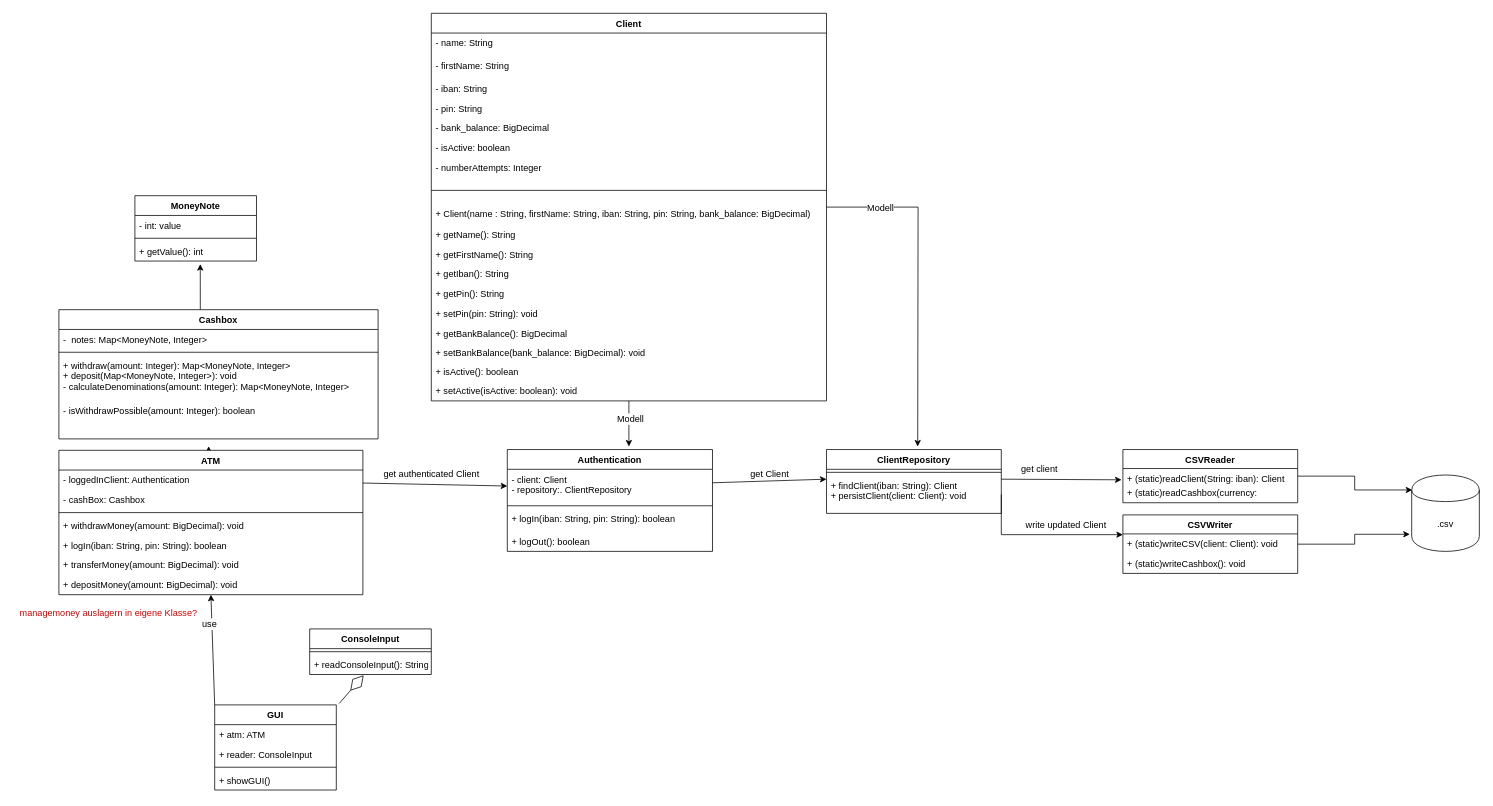
The draw.io diagram Bankautomat Java Projekt/Dokumentation/Bankautomat UML 1.0.1(1).drawio in jangechter/ATM, before the edit. Source tidied: cells renumbered, new cells numbered last; positions are measured from the earlier drawing's top-left corner, leaving out a move shared by most shapes. Both pictures are drawn from the tidied source at 76%, with x=0, y=0 at pixel (13, 13).
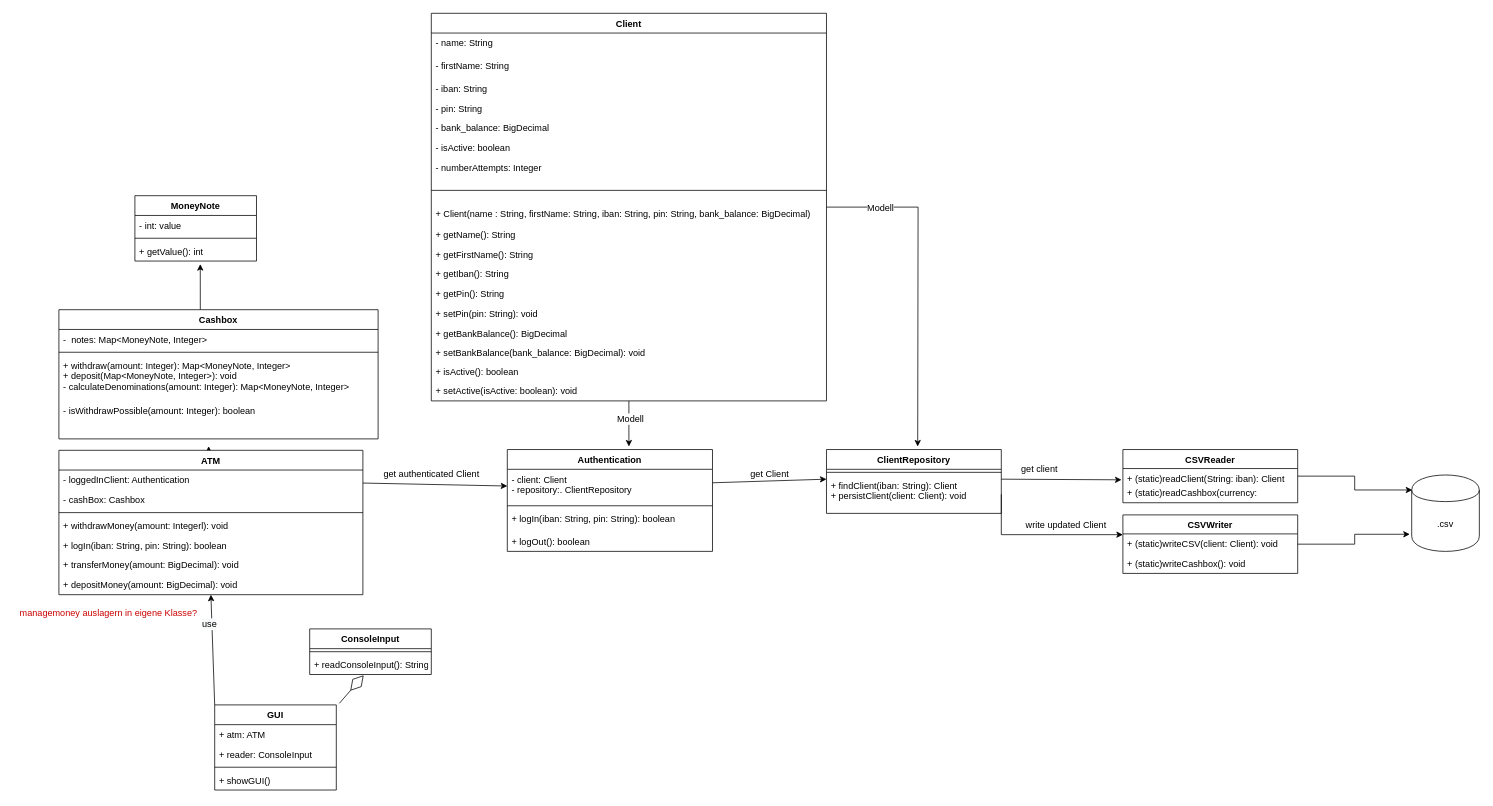
Above is the later version.

Unchanged cells that the change refers to:
```xml
<mxCell id="42" value="ATM" style="swimlane;fontStyle=1;align=center;verticalAlign=top;horizontal=1;startSize=26;" parent="1" vertex="1">
  <mxGeometry x="60" y="575" width="400" height="190" as="geometry" />
</mxCell>
```

What changed in the source:
```diff
@@
-    <mxCell id="46" value="+ withdrawMoney(amount: BigDecimal): void&#10;" style="text;strokeColor=none;fillColor=none;align=left;verticalAlign=top;spacingLeft=4;spacingRight=4;overflow=hidden;" parent="42" vertex="1">
+    <mxCell id="46" value="+ withdrawMoney(amount: Integerl): void&#10;" style="text;strokeColor=none;fillColor=none;align=left;verticalAlign=top;spacingLeft=4;spacingRight=4;overflow=hidden;" parent="42" vertex="1">
       <mxGeometry y="86" width="400" height="26" as="geometry" />
     </mxCell>
```
